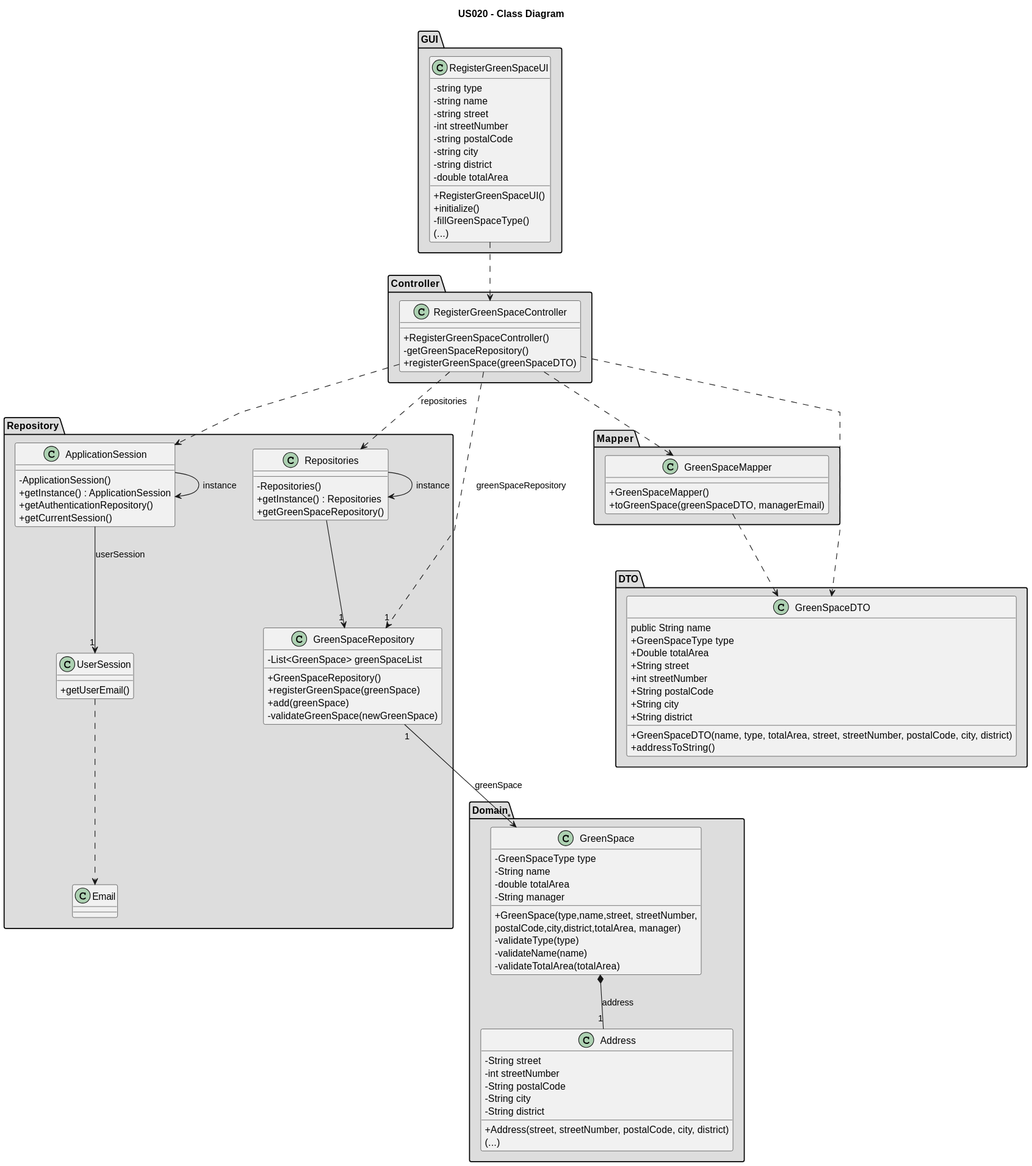
The PlantUML diagram docs/sprintC/us020/03.design/svg/us020-class-diagram.svg in Rui-San/LAPR2_2023_2024, before a commit.
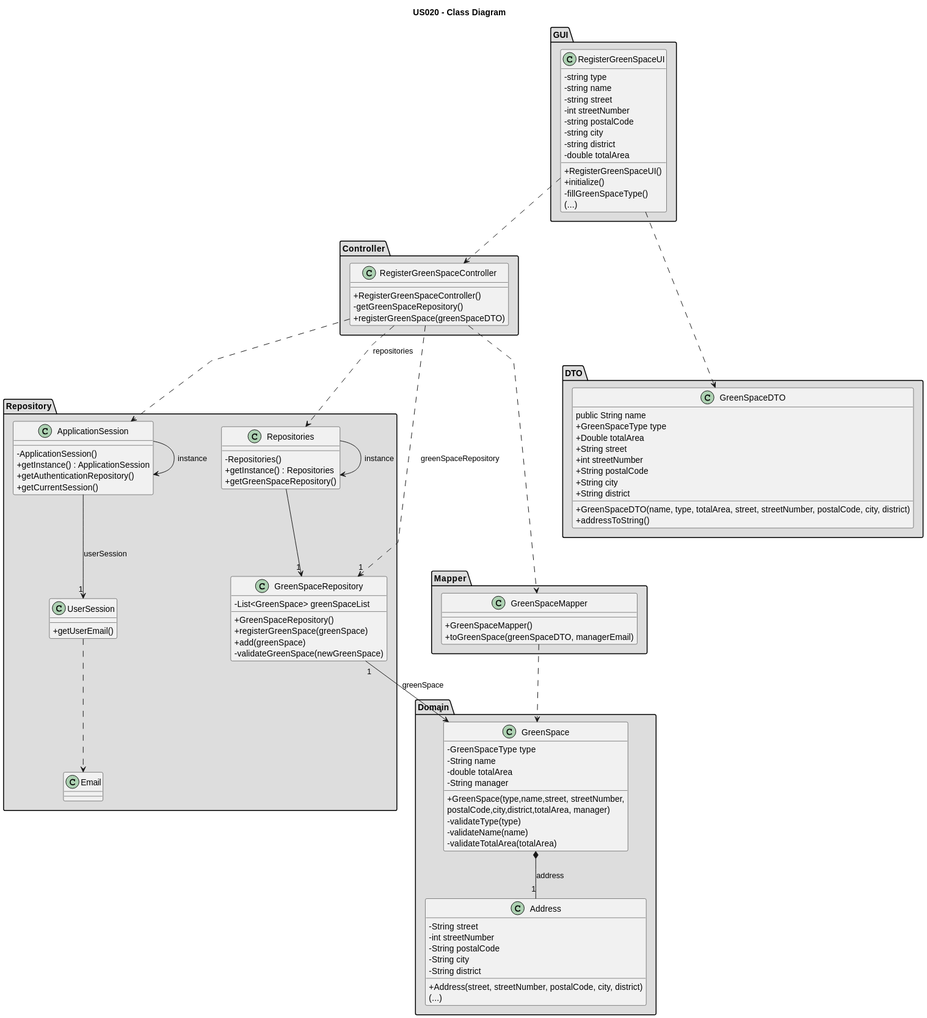
After the change.

Commit message:
US23: Updated Readme with correct links and SD references. Us21: minor update on Class Diagram + readme

Change to the diagram source:
```diff
@@ -138,6 +138,6 @@
 ApplicationSession --> "1" UserSession : userSession
 UserSession ..> Email
 RegisterGreenSpaceController ..> GreenSpaceMapper
-GreenSpaceMapper ..> GreenSpaceDTO
-RegisterGreenSpaceController ..> GreenSpaceDTO
+GreenSpaceMapper ..> GreenSpace
+RegisterGreenSpaceUI ...> GreenSpaceDTO
 @enduml
```
